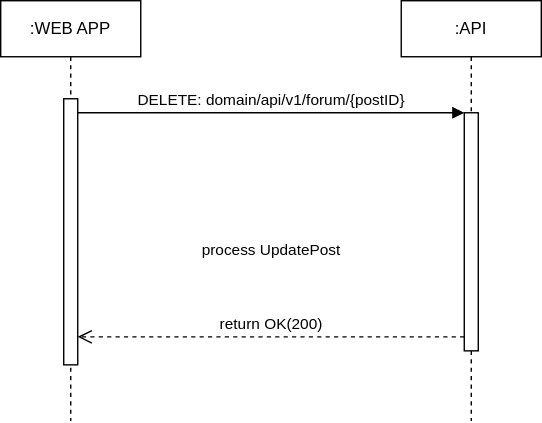
StudyConnect-ZHAW/StudyConnect keeps this draw.io diagram as image/systemdiagram_sequenzdiagram/DeletePost.svg. Above is the earlier version. Source tidied: cells renumbered, new cells last; positions are measured from the earlier drawing's top-left corner, leaving out a move shared by most shapes.
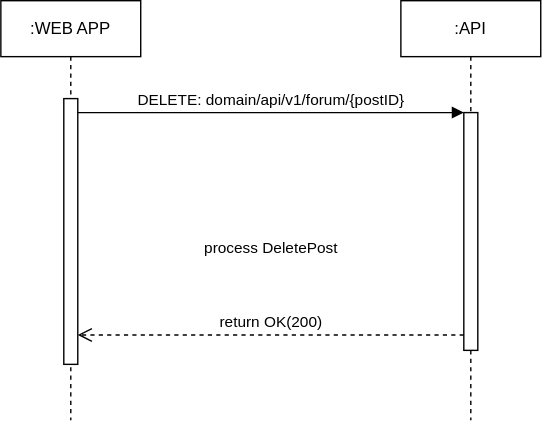
The same file after the commit.

Change to the diagram source:
```diff
@@ -21,10 +21,12 @@
         </Array>
       </mxGeometry>
     </mxCell>
-    <mxCell id="7" value="&lt;div&gt;process UpdatePost&lt;/div&gt;&lt;div&gt;&lt;br&gt;&lt;/div&gt;&lt;div&gt;&lt;br&gt;&lt;/div&gt;&lt;div&gt;&lt;br&gt;&lt;/div&gt;return OK(200)" style="html=1;verticalAlign=bottom;endArrow=open;dashed=1;endSize=8;edgeStyle=elbowEdgeStyle;elbow=vertical;curved=0;rounded=0;" parent="1" edge="1" source="5" target="3">
+    <mxCell id="7" value="&lt;div&gt;process DeletePost&lt;/div&gt;&lt;div&gt;&lt;br&gt;&lt;/div&gt;&lt;div&gt;&lt;br&gt;&lt;/div&gt;&lt;div&gt;&lt;br&gt;&lt;/div&gt;return OK(200)" style="html=1;verticalAlign=bottom;endArrow=open;dashed=1;endSize=8;edgeStyle=elbowEdgeStyle;elbow=vertical;curved=0;rounded=0;" parent="1" edge="1">
       <mxGeometry relative="1" as="geometry">
+        <mxPoint x="331" y="239" as="sourcePoint" />
+        <mxPoint x="55" y="239" as="targetPoint" />
         <Array as="points">
-          <mxPoint x="151" y="240" />
+          <mxPoint x="151" y="239" />
         </Array>
       </mxGeometry>
     </mxCell>
```
